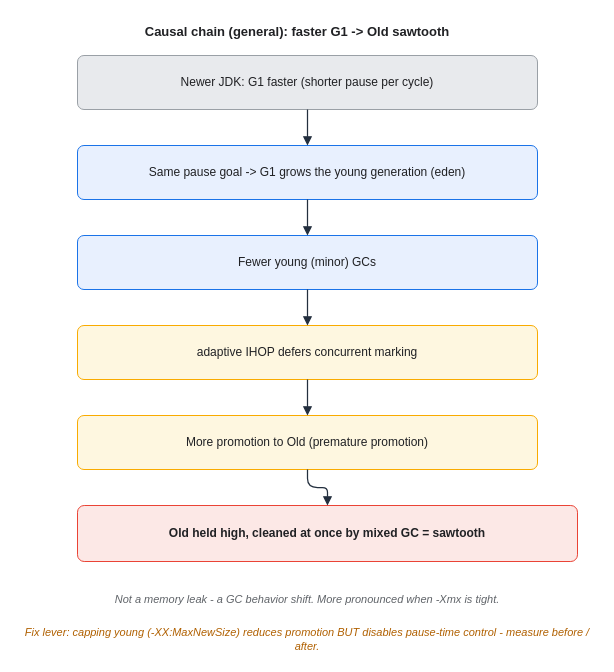
This is assets/img/jvm/jvm-10-jdk-version-gc-shift.drawio from KKamJi98/kkamji98.github.io, a draw.io file, before an edit. Source tidied: cells renumbered, new cells numbered last; positions are measured from the earlier drawing's top-left corner, leaving out a move shared by most shapes. Both pictures are drawn from the tidied source at 100%, with x=0, y=0 at pixel (17, 17).
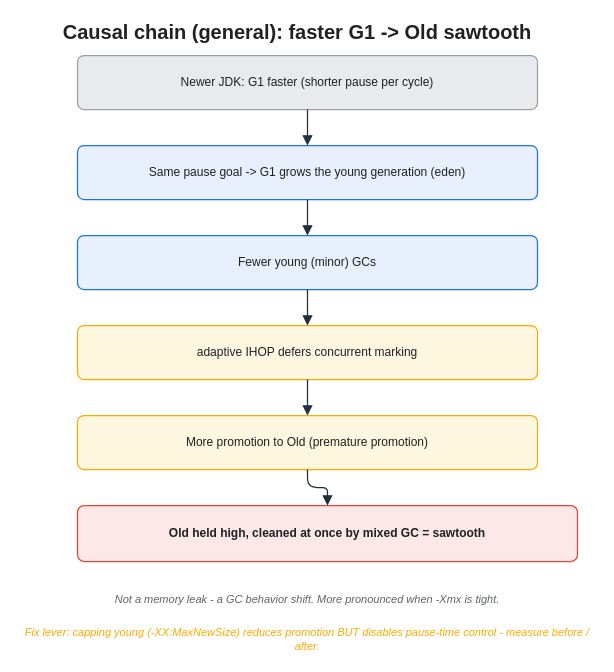
The same page after the edit.

Diff of the diagram source:
```diff
@@
 <mxGraphModel background="#FFFFFF">
   <root>
     <mxCell id="0" />
     <mxCell id="1" parent="0" />
-    <mxCell id="2" value="Causal chain (general): faster G1 -&gt; Old sawtooth" style="text;html=0;align=center;verticalAlign=middle;fontSize=13;fontStyle=1;fontColor=#202124;" parent="1" vertex="1">
+    <mxCell id="2" value="Causal chain (general): faster G1 -&gt; Old sawtooth" style="text;html=0;align=center;verticalAlign=middle;fontSize=20;fontStyle=1;fontColor=#202124;" parent="1" vertex="1">
       <mxGeometry x="20" width="520" height="26" as="geometry" />
     </mxCell>
-    <mxCell id="3" value="Newer JDK: G1 faster (shorter pause per cycle)" style="rounded=1;whiteSpace=wrap;html=0;arcSize=12;shadow=0;fillColor=#E8EAED;strokeColor=#9AA0A6;fontColor=#202124;" parent="1" vertex="1">
+    <mxCell id="3" value="Newer JDK: G1 faster (shorter pause per cycle)" style="rounded=1;whiteSpace=wrap;html=0;arcSize=12;shadow=0;fillColor=#E8EAED;strokeColor=#9AA0A6;fontColor=#202124;strokeWidth=1.25;" parent="1" vertex="1">
       <mxGeometry x="60" y="38" width="460" height="54" as="geometry" />
     </mxCell>
-    <mxCell id="4" value="Same pause goal -&gt; G1 grows the young generation (eden)" style="rounded=1;whiteSpace=wrap;html=0;arcSize=12;shadow=0;fillColor=#E8F0FE;strokeColor=#1A73E8;fontColor=#202124;" parent="1" vertex="1">
+    <mxCell id="4" value="Same pause goal -&gt; G1 grows the young generation (eden)" style="rounded=1;whiteSpace=wrap;html=0;arcSize=12;shadow=0;fillColor=#E8F0FE;strokeColor=#1A73E8;fontColor=#202124;strokeWidth=1.25;" parent="1" vertex="1">
       <mxGeometry x="60" y="128" width="460" height="54" as="geometry" />
     </mxCell>
-    <mxCell id="5" value="Fewer young (minor) GCs" style="rounded=1;whiteSpace=wrap;html=0;arcSize=12;shadow=0;fillColor=#E8F0FE;strokeColor=#1A73E8;fontColor=#202124;" parent="1" vertex="1">
+    <mxCell id="5" value="Fewer young (minor) GCs" style="rounded=1;whiteSpace=wrap;html=0;arcSize=12;shadow=0;fillColor=#E8F0FE;strokeColor=#1A73E8;fontColor=#202124;strokeWidth=1.25;" parent="1" vertex="1">
       <mxGeometry x="60" y="218" width="460" height="54" as="geometry" />
     </mxCell>
-    <mxCell id="6" value="adaptive IHOP defers concurrent marking" style="rounded=1;whiteSpace=wrap;html=0;arcSize=12;shadow=0;fillColor=#FEF7E0;strokeColor=#F9AB00;fontColor=#202124;" parent="1" vertex="1">
+    <mxCell id="6" value="adaptive IHOP defers concurrent marking" style="rounded=1;whiteSpace=wrap;html=0;arcSize=12;shadow=0;fillColor=#FEF7E0;strokeColor=#F9AB00;fontColor=#202124;strokeWidth=1.25;" parent="1" vertex="1">
       <mxGeometry x="60" y="308" width="460" height="54" as="geometry" />
     </mxCell>
-    <mxCell id="7" value="More promotion to Old (premature promotion)" style="rounded=1;whiteSpace=wrap;html=0;arcSize=12;shadow=0;fillColor=#FEF7E0;strokeColor=#F9AB00;fontColor=#202124;" parent="1" vertex="1">
+    <mxCell id="7" value="More promotion to Old (premature promotion)" style="rounded=1;whiteSpace=wrap;html=0;arcSize=12;shadow=0;fillColor=#FEF7E0;strokeColor=#F9AB00;fontColor=#202124;strokeWidth=1.25;" parent="1" vertex="1">
       <mxGeometry x="60" y="398" width="460" height="54" as="geometry" />
     </mxCell>
-    <mxCell id="8" value="Old held high, cleaned at once by mixed GC = sawtooth" style="rounded=1;whiteSpace=wrap;html=0;arcSize=12;shadow=0;fillColor=#FCE8E6;strokeColor=#EA4335;fontColor=#202124;fontStyle=1;" parent="1" vertex="1">
+    <mxCell id="8" value="Old held high, cleaned at once by mixed GC = sawtooth" style="rounded=1;whiteSpace=wrap;html=0;arcSize=12;shadow=0;fillColor=#FCE8E6;strokeColor=#EA4335;fontColor=#202124;fontStyle=1;strokeWidth=1.25;" parent="1" vertex="1">
       <mxGeometry x="60" y="488" width="500" height="56" as="geometry" />
     </mxCell>
     <mxCell id="9" value="Not a memory leak - a GC behavior shift. More pronounced when -Xmx is tight." style="text;html=0;align=center;verticalAlign=middle;whiteSpace=wrap;fontSize=11;fontColor=#5F6368;fontStyle=2;" parent="1" vertex="1">
       <mxGeometry y="566" width="580" height="32" as="geometry" />
     </mxCell>
-    <mxCell id="10" value="Fix lever: capping young (-XX:MaxNewSize) reduces promotion BUT disables pause-time control - measure before / after." style="text;html=0;align=center;verticalAlign=middle;whiteSpace=wrap;fontSize=11;fontColor=#B06000;fontStyle=2;" parent="1" vertex="1">
+    <mxCell id="10" value="Fix lever: capping young (-XX:MaxNewSize) reduces promotion BUT disables pause-time control - measure before / after." style="text;html=0;align=center;verticalAlign=middle;whiteSpace=wrap;fontSize=11;fontColor=#F9AB00;fontStyle=2;" parent="1" vertex="1">
       <mxGeometry y="606" width="580" height="32" as="geometry" />
     </mxCell>
-    <mxCell id="11" style="edgeStyle=orthogonalEdgeStyle;rounded=1;html=0;strokeColor=#232F3E;fontColor=#232F3E;labelBackgroundColor=none;endArrow=block;exitX=0.5;exitY=1;exitDx=0;exitDy=0;entryX=0.5;entryY=0;entryDx=0;entryDy=0;strokeWidth=1.25;" parent="1" edge="1" source="3" target="4">
+    <mxCell id="11" style="edgeStyle=orthogonalEdgeStyle;rounded=1;html=0;strokeColor=#232F3E;fontColor=#202124;labelBackgroundColor=none;endArrow=block;exitX=0.5;exitY=1;exitDx=0;exitDy=0;entryX=0.5;entryY=0;entryDx=0;entryDy=0;strokeWidth=1.25;endSize=7;" parent="1" edge="1" source="3" target="4">
       <mxGeometry relative="1" as="geometry" />
     </mxCell>
-    <mxCell id="12" style="edgeStyle=orthogonalEdgeStyle;rounded=1;html=0;strokeColor=#232F3E;fontColor=#232F3E;labelBackgroundColor=none;endArrow=block;exitX=0.5;exitY=1;exitDx=0;exitDy=0;entryX=0.5;entryY=0;entryDx=0;entryDy=0;strokeWidth=1.25;" parent="1" edge="1" source="4" target="5">
+    <mxCell id="12" style="edgeStyle=orthogonalEdgeStyle;rounded=1;html=0;strokeColor=#232F3E;fontColor=#202124;labelBackgroundColor=none;endArrow=block;exitX=0.5;exitY=1;exitDx=0;exitDy=0;entryX=0.5;entryY=0;entryDx=0;entryDy=0;strokeWidth=1.25;endSize=7;" parent="1" edge="1" source="4" target="5">
       <mxGeometry relative="1" as="geometry" />
     </mxCell>
-    <mxCell id="13" style="edgeStyle=orthogonalEdgeStyle;rounded=1;html=0;strokeColor=#232F3E;fontColor=#232F3E;labelBackgroundColor=none;endArrow=block;exitX=0.5;exitY=1;exitDx=0;exitDy=0;entryX=0.5;entryY=0;entryDx=0;entryDy=0;strokeWidth=1.25;" parent="1" edge="1" source="5" target="6">
+    <mxCell id="13" style="edgeStyle=orthogonalEdgeStyle;rounded=1;html=0;strokeColor=#232F3E;fontColor=#202124;labelBackgroundColor=none;endArrow=block;exitX=0.5;exitY=1;exitDx=0;exitDy=0;entryX=0.5;entryY=0;entryDx=0;entryDy=0;strokeWidth=1.25;endSize=7;" parent="1" edge="1" source="5" target="6">
       <mxGeometry relative="1" as="geometry" />
     </mxCell>
-    <mxCell id="14" style="edgeStyle=orthogonalEdgeStyle;rounded=1;html=0;strokeColor=#232F3E;fontColor=#232F3E;labelBackgroundColor=none;endArrow=block;exitX=0.5;exitY=1;exitDx=0;exitDy=0;entryX=0.5;entryY=0;entryDx=0;entryDy=0;strokeWidth=1.25;" parent="1" edge="1" source="6" target="7">
+    <mxCell id="14" style="edgeStyle=orthogonalEdgeStyle;rounded=1;html=0;strokeColor=#232F3E;fontColor=#202124;labelBackgroundColor=none;endArrow=block;exitX=0.5;exitY=1;exitDx=0;exitDy=0;entryX=0.5;entryY=0;entryDx=0;entryDy=0;strokeWidth=1.25;endSize=7;" parent="1" edge="1" source="6" target="7">
       <mxGeometry relative="1" as="geometry" />
     </mxCell>
-    <mxCell id="15" style="edgeStyle=orthogonalEdgeStyle;rounded=1;html=0;strokeColor=#232F3E;fontColor=#232F3E;labelBackgroundColor=none;endArrow=block;exitX=0.5;exitY=1;exitDx=0;exitDy=0;entryX=0.5;entryY=0;entryDx=0;entryDy=0;strokeWidth=1.25;" parent="1" edge="1" source="7" target="8">
+    <mxCell id="15" style="edgeStyle=orthogonalEdgeStyle;rounded=1;html=0;strokeColor=#232F3E;fontColor=#202124;labelBackgroundColor=none;endArrow=block;exitX=0.5;exitY=1;exitDx=0;exitDy=0;entryX=0.5;entryY=0;entryDx=0;entryDy=0;strokeWidth=1.25;endSize=7;" parent="1" edge="1" source="7" target="8">
       <mxGeometry relative="1" as="geometry" />
     </mxCell>
   </root>
 </mxGraphModel>
```
